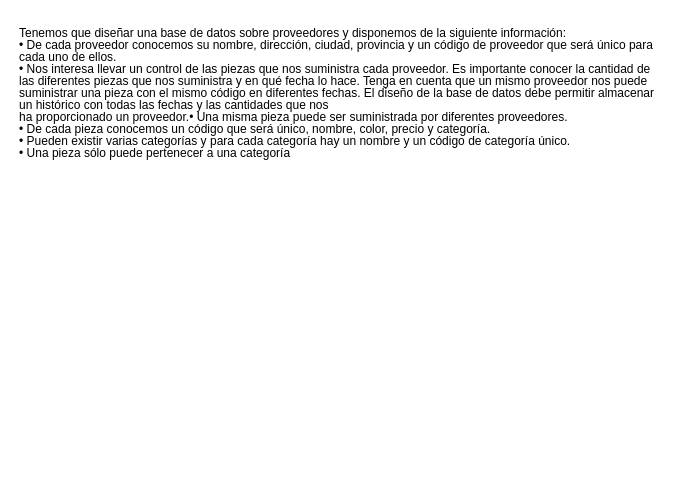
Neixxl/BaseDeDatos keeps this draw.io diagram as RelacionEjercicios2/ejercicio10.drawio. Above is the earlier version. Source tidied: cells renumbered, new cells numbered last; positions are measured from the earlier drawing's top-left corner, leaving out a move shared by most shapes. Both pictures are drawn from the tidied source at 100%, with x=0, y=0 at pixel (17, 17).
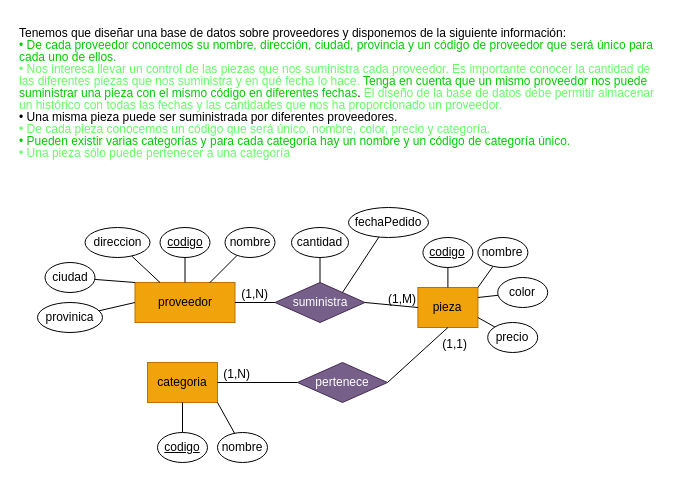
After the change.

Change to the diagram source:
```diff
@@
-    <mxCell id="2" value="&lt;div style=&quot;line-height: 100%;&quot;&gt;&lt;div style=&quot;line-height: 100%;&quot;&gt;Tenemos que diseñar una base de datos sobre proveedores y disponemos de la siguiente información:&lt;/div&gt;&lt;div style=&quot;line-height: 100%;&quot;&gt;• De cada proveedor conocemos su nombre, dirección, ciudad, provincia y un código de proveedor que&amp;nbsp;&lt;span style=&quot;background-color: transparent; color: light-dark(rgb(0, 0, 0), rgb(255, 255, 255));&quot;&gt;será único para cada uno de ellos.&lt;/span&gt;&lt;/div&gt;&lt;div style=&quot;line-height: 100%;&quot;&gt;• Nos interesa llevar un control de las piezas que nos suministra cada proveedor. Es importante conocer&amp;nbsp;&lt;span style=&quot;background-color: transparent; color: light-dark(rgb(0, 0, 0), rgb(255, 255, 255));&quot;&gt;la cantidad de las diferentes piezas que nos suministra y en qué fecha lo hace. Tenga en cuenta que un&amp;nbsp;&lt;/span&gt;&lt;span style=&quot;background-color: transparent; color: light-dark(rgb(0, 0, 0), rgb(255, 255, 255));&quot;&gt;mismo proveedor nos puede suministrar una pieza con el mismo código en diferentes fechas. El diseño&amp;nbsp;&lt;/span&gt;&lt;span style=&quot;background-color: transparent; color: light-dark(rgb(0, 0, 0), rgb(255, 255, 255));&quot;&gt;de la base de datos debe permitir almacenar un histórico con todas las fechas y las cantidades que nos&amp;nbsp;&lt;/span&gt;&lt;/div&gt;&lt;div style=&quot;line-height: 100%;&quot;&gt;ha proporcionado un proveedor.&lt;span style=&quot;background-color: transparent; color: light-dark(rgb(0, 0, 0), rgb(255, 255, 255));&quot;&gt;• Una misma pieza puede ser suministrada por diferentes proveedores.&lt;/span&gt;&lt;/div&gt;&lt;div style=&quot;line-height: 100%;&quot;&gt;• De cada pieza conocemos un código que será único, nombre, color, precio y categoría.&lt;/div&gt;&lt;div style=&quot;line-height: 100%;&quot;&gt;• Pueden existir varias categorías y para cada categoría hay un nombre y un código de categoría único.&lt;/div&gt;&lt;div style=&quot;line-height: 100%;&quot;&gt;• Una pieza sólo puede pertenecer a una categoría&lt;/div&gt;&lt;/div&gt;" style="text;html=1;align=left;verticalAlign=middle;whiteSpace=wrap;rounded=0;" parent="1" vertex="1">
+    <mxCell id="2" value="&lt;div style=&quot;line-height: 100%;&quot;&gt;&lt;div style=&quot;line-height: 100%;&quot;&gt;Tenemos que diseñar una base de datos sobre proveedores y disponemos de la siguiente información:&lt;/div&gt;&lt;div style=&quot;line-height: 100%;&quot;&gt;&lt;font style=&quot;color: rgb(0, 204, 0);&quot;&gt;• De cada proveedor conocemos su nombre, dirección, ciudad, provincia y un código de proveedor que&amp;nbsp;&lt;span style=&quot;background-color: transparent;&quot;&gt;será único para cada uno de ellos.&lt;/span&gt;&lt;/font&gt;&lt;/div&gt;&lt;div style=&quot;line-height: 100%;&quot;&gt;&lt;font style=&quot;color: rgb(102, 255, 102);&quot;&gt;• Nos interesa llevar un control de las piezas que nos suministra cada proveedor. Es importante conocer&amp;nbsp;&lt;span style=&quot;background-color: transparent;&quot;&gt;la cantidad de las diferentes piezas que nos suministra y en qué fecha lo hace.&lt;/span&gt;&lt;/font&gt;&lt;span style=&quot;background-color: transparent; color: light-dark(rgb(0, 0, 0), rgb(255, 255, 255));&quot;&gt; &lt;/span&gt;&lt;font style=&quot;color: rgb(0, 204, 0);&quot;&gt;&lt;span style=&quot;background-color: transparent;&quot;&gt;Tenga en cuenta que un&amp;nbsp;&lt;/span&gt;&lt;span style=&quot;background-color: transparent;&quot;&gt;mismo proveedor nos puede suministrar una pieza con el mismo código en diferentes fechas&lt;/span&gt;&lt;/font&gt;&lt;span style=&quot;background-color: transparent; color: light-dark(rgb(0, 0, 0), rgb(255, 255, 255));&quot;&gt;. &lt;/span&gt;&lt;font style=&quot;color: rgb(102, 255, 102);&quot;&gt;&lt;span style=&quot;background-color: transparent;&quot;&gt;El diseño&amp;nbsp;&lt;/span&gt;&lt;span style=&quot;background-color: transparent;&quot;&gt;de la base de datos debe permitir almacenar un histórico con todas las fechas y las cantidades que nos&amp;nbsp;&lt;/span&gt;&lt;span style=&quot;background-color: transparent;&quot;&gt;ha proporcionado un proveedor.&lt;/span&gt;&lt;/font&gt;&lt;/div&gt;&lt;div style=&quot;line-height: 100%;&quot;&gt;&lt;span style=&quot;background-color: transparent; color: light-dark(rgb(0, 0, 0), rgb(255, 255, 255));&quot;&gt;• &lt;/span&gt;&lt;span style=&quot;background-color: transparent;&quot;&gt;&lt;font style=&quot;color: light-dark(rgb(0, 0, 0), rgb(0, 204, 0));&quot;&gt;Una misma pieza puede ser suministrada por diferentes proveedores.&lt;/font&gt;&lt;/span&gt;&lt;/div&gt;&lt;div style=&quot;line-height: 100%;&quot;&gt;&lt;font style=&quot;color: rgb(102, 255, 102);&quot;&gt;• De cada pieza conocemos un código que será único, nombre, color, precio y categoría.&lt;/font&gt;&lt;/div&gt;&lt;div style=&quot;line-height: 100%;&quot;&gt;&lt;font style=&quot;color: rgb(0, 204, 0);&quot;&gt;• Pueden existir varias categorías y para cada categoría hay un nombre y un código de categoría único.&lt;/font&gt;&lt;/div&gt;&lt;div style=&quot;line-height: 100%;&quot;&gt;&lt;font style=&quot;color: rgb(102, 255, 102);&quot;&gt;• Una pieza sólo puede pertenecer a una categoría&lt;/font&gt;&lt;/div&gt;&lt;/div&gt;" style="text;html=1;align=left;verticalAlign=middle;whiteSpace=wrap;rounded=0;" parent="1" vertex="1">
       <mxGeometry width="640" height="150" as="geometry" />
     </mxCell>
+    <mxCell id="3" value="proveedor" style="whiteSpace=wrap;html=1;align=center;fillColor=#f0a30a;strokeColor=#BD7000;fontColor=#000000;" parent="1" vertex="1">
+      <mxGeometry x="117.5" y="265" width="100" height="40" as="geometry" />
+    </mxCell>
+    <mxCell id="4" value="pieza" style="whiteSpace=wrap;html=1;align=center;fillColor=#f0a30a;strokeColor=#BD7000;fontColor=#000000;" parent="1" vertex="1">
+      <mxGeometry x="400.4" y="270" width="60" height="40" as="geometry" />
+    </mxCell>
+    <mxCell id="5" style="endArrow=none;html=1;rounded=0;exitX=0.5;exitY=0;exitDx=0;exitDy=0;" parent="1" edge="1" source="3" target="6">
+      <mxGeometry relative="1" as="geometry" />
+    </mxCell>
+    <mxCell id="6" value="&lt;u&gt;codigo&lt;/u&gt;" style="ellipse;whiteSpace=wrap;html=1;align=center;" parent="1" vertex="1">
+      <mxGeometry x="142.5" y="210" width="50" height="30" as="geometry" />
+    </mxCell>
+    <mxCell id="7" style="endArrow=none;html=1;rounded=0;exitX=0.75;exitY=0;exitDx=0;exitDy=0;" parent="1" edge="1" source="3" target="8">
+      <mxGeometry relative="1" as="geometry" />
+    </mxCell>
+    <mxCell id="8" value="nombre" style="ellipse;whiteSpace=wrap;html=1;align=center;" parent="1" vertex="1">
+      <mxGeometry x="207.5" y="210" width="50" height="30" as="geometry" />
+    </mxCell>
+    <mxCell id="9" style="endArrow=none;html=1;rounded=0;exitX=0.25;exitY=0;exitDx=0;exitDy=0;" parent="1" edge="1" source="3" target="10">
+      <mxGeometry relative="1" as="geometry" />
+    </mxCell>
+    <mxCell id="10" value="direccion" style="ellipse;whiteSpace=wrap;html=1;align=center;" parent="1" vertex="1">
+      <mxGeometry x="67.5" y="210" width="65" height="30" as="geometry" />
+    </mxCell>
+    <mxCell id="11" style="endArrow=none;html=1;rounded=0;exitX=0;exitY=0;exitDx=0;exitDy=0;" parent="1" edge="1" source="3" target="12">
+      <mxGeometry relative="1" as="geometry" />
+    </mxCell>
+    <mxCell id="12" value="ciudad" style="ellipse;whiteSpace=wrap;html=1;align=center;" parent="1" vertex="1">
+      <mxGeometry x="27.5" y="245" width="50" height="30" as="geometry" />
+    </mxCell>
+    <mxCell id="13" style="endArrow=none;html=1;rounded=0;exitX=0;exitY=0.5;exitDx=0;exitDy=0;" parent="1" edge="1" source="3" target="14">
+      <mxGeometry relative="1" as="geometry" />
+    </mxCell>
+    <mxCell id="14" value="provinica" style="ellipse;whiteSpace=wrap;html=1;align=center;" parent="1" vertex="1">
+      <mxGeometry x="20" y="285" width="65" height="30" as="geometry" />
+    </mxCell>
+    <mxCell id="15" value="suministra" style="shape=rhombus;perimeter=rhombusPerimeter;whiteSpace=wrap;html=1;align=center;fillColor=#76608a;fontColor=#ffffff;strokeColor=#432D57;" parent="1" vertex="1">
+      <mxGeometry x="257.5" y="265" width="90" height="40" as="geometry" />
+    </mxCell>
+    <mxCell id="16" style="endArrow=none;html=1;rounded=0;exitX=0;exitY=0.5;exitDx=0;exitDy=0;entryX=1;entryY=0.5;entryDx=0;entryDy=0;" parent="1" edge="1" source="15" target="3">
+      <mxGeometry relative="1" as="geometry" />
+    </mxCell>
+    <mxCell id="17" value="(1,N)" style="html=1;whiteSpace=wrap;align=right;verticalAlign=bottom;" parent="16" vertex="1">
+      <mxGeometry x="1" relative="1" as="geometry">
+        <mxPoint x="34" as="offset" />
+      </mxGeometry>
+    </mxCell>
+    <mxCell id="18" style="endArrow=none;html=1;rounded=0;exitX=1;exitY=0.5;exitDx=0;exitDy=0;entryX=0;entryY=0.5;entryDx=0;entryDy=0;" parent="1" edge="1" source="15" target="4">
+      <mxGeometry relative="1" as="geometry" />
+    </mxCell>
+    <mxCell id="19" value="(1,M&lt;span style=&quot;background-color: transparent; color: light-dark(rgb(0, 0, 0), rgb(255, 255, 255));&quot;&gt;)&lt;/span&gt;" style="html=1;whiteSpace=wrap;align=right;verticalAlign=bottom;" parent="18" vertex="1">
+      <mxGeometry x="1" relative="1" as="geometry" />
+    </mxCell>
+    <mxCell id="20" style="endArrow=none;html=1;rounded=0;exitX=1;exitY=0;exitDx=0;exitDy=0;" parent="1" edge="1" source="15" target="21">
+      <mxGeometry relative="1" as="geometry" />
+    </mxCell>
+    <mxCell id="21" value="fechaPedido" style="ellipse;whiteSpace=wrap;html=1;align=center;" parent="1" vertex="1">
+      <mxGeometry x="331" y="190" width="80" height="30" as="geometry" />
+    </mxCell>
+    <mxCell id="22" style="endArrow=none;html=1;rounded=0;exitX=0.5;exitY=0;exitDx=0;exitDy=0;" parent="1" edge="1" source="15" target="23">
+      <mxGeometry relative="1" as="geometry" />
+    </mxCell>
+    <mxCell id="23" value="cantidad" style="ellipse;whiteSpace=wrap;html=1;align=center;" parent="1" vertex="1">
+      <mxGeometry x="274" y="210" width="57" height="30" as="geometry" />
+    </mxCell>
+    <mxCell id="24" style="endArrow=none;html=1;rounded=0;exitX=0.5;exitY=0;exitDx=0;exitDy=0;" parent="1" edge="1" source="4" target="25">
+      <mxGeometry relative="1" as="geometry" />
+    </mxCell>
+    <mxCell id="25" value="&lt;u&gt;codigo&lt;/u&gt;" style="ellipse;whiteSpace=wrap;html=1;align=center;" parent="1" vertex="1">
+      <mxGeometry x="405.4" y="220" width="50" height="30" as="geometry" />
+    </mxCell>
+    <mxCell id="26" style="endArrow=none;html=1;rounded=0;exitX=1;exitY=0;exitDx=0;exitDy=0;" parent="1" edge="1" source="4" target="27">
+      <mxGeometry relative="1" as="geometry" />
+    </mxCell>
+    <mxCell id="27" value="nombre" style="ellipse;whiteSpace=wrap;html=1;align=center;" parent="1" vertex="1">
+      <mxGeometry x="460.4" y="220" width="50" height="30" as="geometry" />
+    </mxCell>
+    <mxCell id="28" style="endArrow=none;html=1;rounded=0;exitX=1;exitY=0.25;exitDx=0;exitDy=0;" parent="1" edge="1" source="4" target="29">
+      <mxGeometry relative="1" as="geometry" />
+    </mxCell>
+    <mxCell id="29" value="color" style="ellipse;whiteSpace=wrap;html=1;align=center;" parent="1" vertex="1">
+      <mxGeometry x="480.2" y="260" width="50" height="30" as="geometry" />
+    </mxCell>
+    <mxCell id="30" style="endArrow=none;html=1;rounded=0;exitX=1;exitY=0.75;exitDx=0;exitDy=0;" parent="1" edge="1" source="4" target="31">
+      <mxGeometry relative="1" as="geometry" />
+    </mxCell>
+    <mxCell id="31" value="precio" style="ellipse;whiteSpace=wrap;html=1;align=center;" parent="1" vertex="1">
+      <mxGeometry x="470.2" y="305" width="50" height="30" as="geometry" />
+    </mxCell>
+    <mxCell id="32" value="categoria" style="whiteSpace=wrap;html=1;align=center;fillColor=#f0a30a;strokeColor=#BD7000;fontColor=#000000;" parent="1" vertex="1">
+      <mxGeometry x="130" y="345" width="70" height="40" as="geometry" />
+    </mxCell>
+    <mxCell id="33" value="pertenece" style="shape=rhombus;perimeter=rhombusPerimeter;whiteSpace=wrap;html=1;align=center;fillColor=#76608a;fontColor=#ffffff;strokeColor=#432D57;" parent="1" vertex="1">
+      <mxGeometry x="280" y="345" width="90" height="40" as="geometry" />
+    </mxCell>
+    <mxCell id="34" style="endArrow=none;html=1;rounded=0;exitX=0;exitY=0.5;exitDx=0;exitDy=0;entryX=1;entryY=0.5;entryDx=0;entryDy=0;" parent="1" edge="1" source="33" target="32">
+      <mxGeometry relative="1" as="geometry" />
+    </mxCell>
+    <mxCell id="35" value="(1,N)" style="html=1;whiteSpace=wrap;align=right;verticalAlign=bottom;" parent="34" vertex="1">
+      <mxGeometry x="1" relative="1" as="geometry">
+        <mxPoint x="34" as="offset" />
+      </mxGeometry>
+    </mxCell>
+    <mxCell id="36" style="endArrow=none;html=1;rounded=0;exitX=1;exitY=0.5;exitDx=0;exitDy=0;entryX=0.5;entryY=1;entryDx=0;entryDy=0;" parent="1" edge="1" source="33" target="4">
+      <mxGeometry relative="1" as="geometry" />
+    </mxCell>
+    <mxCell id="37" value="(1,1)" style="html=1;whiteSpace=wrap;align=right;verticalAlign=bottom;" parent="36" vertex="1">
+      <mxGeometry x="1" relative="1" as="geometry">
+        <mxPoint x="20" y="25" as="offset" />
+      </mxGeometry>
+    </mxCell>
+    <mxCell id="38" style="endArrow=none;html=1;rounded=0;exitX=0.5;exitY=1;exitDx=0;exitDy=0;" parent="1" edge="1" source="32" target="39">
+      <mxGeometry relative="1" as="geometry" />
+    </mxCell>
+    <mxCell id="39" value="&lt;u&gt;codigo&lt;/u&gt;" style="ellipse;whiteSpace=wrap;html=1;align=center;" parent="1" vertex="1">
+      <mxGeometry x="140" y="415" width="50" height="30" as="geometry" />
+    </mxCell>
+    <mxCell id="40" style="endArrow=none;html=1;rounded=0;exitX=1;exitY=1;exitDx=0;exitDy=0;" parent="1" edge="1" source="32" target="41">
+      <mxGeometry relative="1" as="geometry" />
+    </mxCell>
+    <mxCell id="41" value="nombre" style="ellipse;whiteSpace=wrap;html=1;align=center;" parent="1" vertex="1">
+      <mxGeometry x="200" y="415" width="50" height="30" as="geometry" />
+    </mxCell>
```
